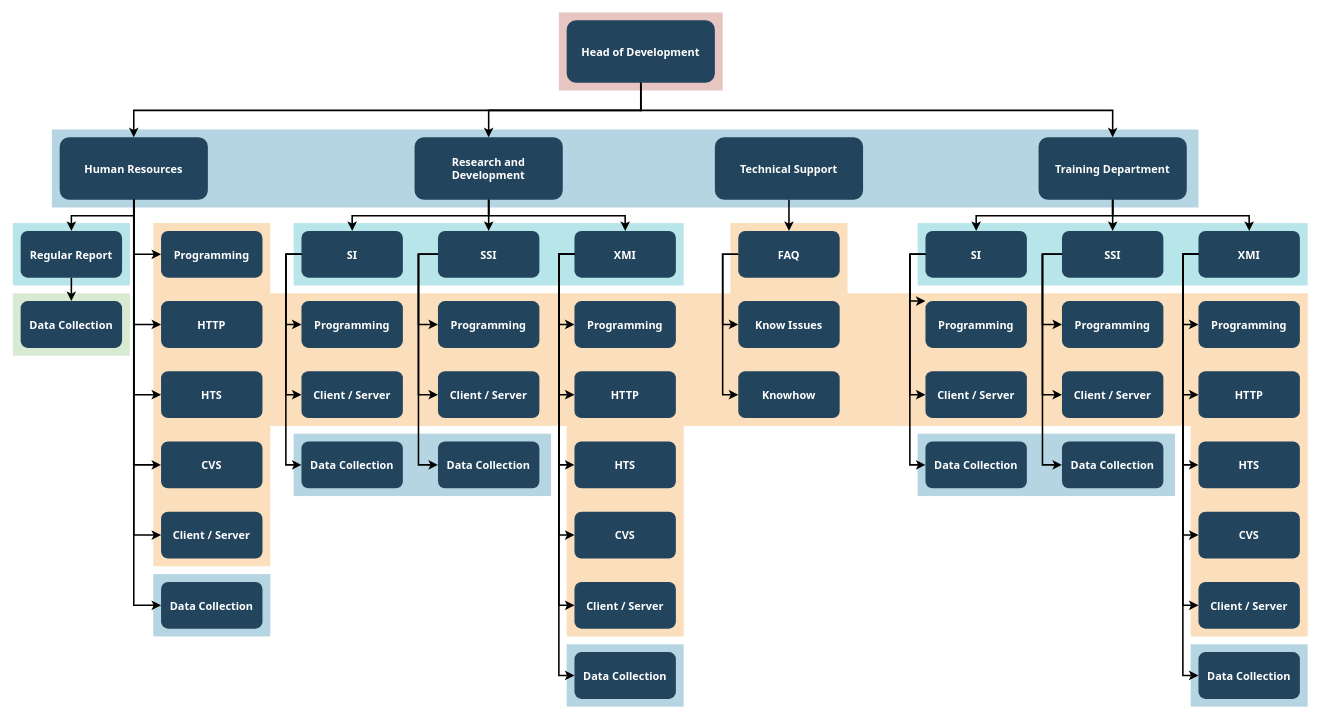
obasekore/drawings keeps this draw.io diagram as Untitled Diagram.drawio. Above is the earlier version. Source tidied: cells renumbered, new cells numbered last; positions are measured from the earlier drawing's top-left corner, leaving out a move shared by most shapes. Both pictures are drawn from the tidied source at 78%, with x=0, y=0 at pixel (12, 12).
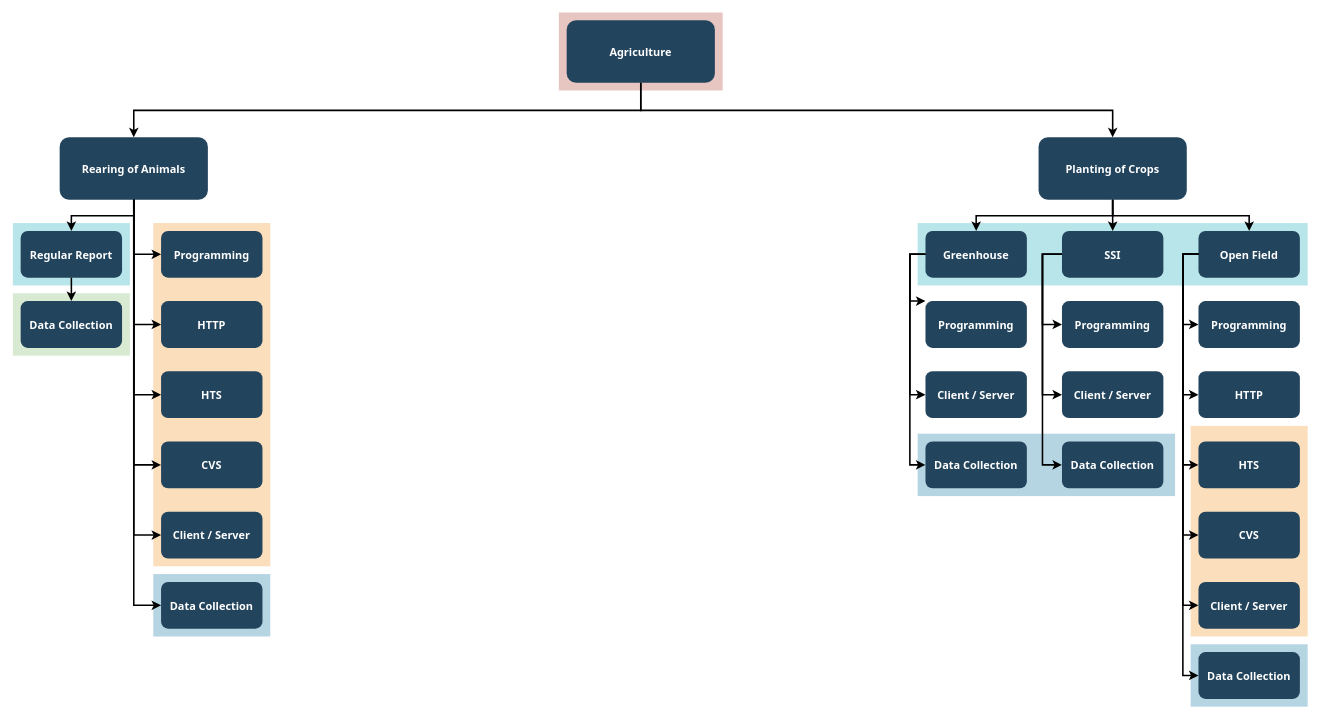
The same page after the edit.

Diff of the diagram source:
```diff
@@
-    <mxCell id="3" style="fillColor=#10739E;strokeColor=none;opacity=30;" parent="1" vertex="1">
-      <mxGeometry x="50" y="149.5" width="1470" height="100" as="geometry" />
-    </mxCell>
@@
-    <mxCell id="5" style="fillColor=#F2931E;strokeColor=none;opacity=30;" parent="1" vertex="1">
-      <mxGeometry x="920" y="269.5" width="150" height="90" as="geometry" />
-    </mxCell>
-    <mxCell id="6" style="fillColor=#F2931E;strokeColor=none;opacity=30;" parent="1" vertex="1">
-      <mxGeometry x="710" y="529.5" width="150" height="270" as="geometry" />
-    </mxCell>
@@
-    <mxCell id="8" style="fillColor=#F2931E;strokeColor=none;opacity=30;" parent="1" vertex="1">
-      <mxGeometry x="330" y="359.5" width="1330" height="170" as="geometry" />
-    </mxCell>
@@
-    <mxCell id="11" style="fillColor=#10739E;strokeColor=none;opacity=30;" parent="1" vertex="1">
-      <mxGeometry x="710" y="809.5" width="150" height="80" as="geometry" />
-    </mxCell>
-    <mxCell id="12" style="fillColor=#10739E;strokeColor=none;opacity=30;" parent="1" vertex="1">
-      <mxGeometry x="360" y="539.5" width="330" height="80" as="geometry" />
-    </mxCell>
@@
-    <mxCell id="16" style="fillColor=#12AAB5;strokeColor=none;opacity=30;" parent="1" vertex="1">
-      <mxGeometry x="360" y="269.5" width="500" height="80" as="geometry" />
-    </mxCell>
@@
-    <mxCell id="18" value="Head of Development" style="rounded=1;fillColor=#23445D;gradientColor=none;strokeColor=none;fontColor=#FFFFFF;fontStyle=1;fontFamily=Tahoma;fontSize=14;" parent="1" vertex="1">
+    <mxCell id="18" value="Agriculture" style="rounded=1;fillColor=#23445D;gradientColor=none;strokeColor=none;fontColor=#FFFFFF;fontStyle=1;fontFamily=Tahoma;fontSize=14;" parent="1" vertex="1">
       <mxGeometry x="710" y="9.5" width="190" height="80" as="geometry" />
     </mxCell>
-    <mxCell id="19" value="Training Department" style="rounded=1;fillColor=#23445D;gradientColor=none;strokeColor=none;fontColor=#FFFFFF;fontStyle=1;fontFamily=Tahoma;fontSize=14;" parent="1" vertex="1">
+    <mxCell id="19" value="Planting of Crops" style="rounded=1;fillColor=#23445D;gradientColor=none;strokeColor=none;fontColor=#FFFFFF;fontStyle=1;fontFamily=Tahoma;fontSize=14;" parent="1" vertex="1">
       <mxGeometry x="1315" y="159.5" width="190" height="80" as="geometry" />
     </mxCell>
@@
-    <mxCell id="21" value="Technical Support" style="rounded=1;fillColor=#23445D;gradientColor=none;strokeColor=none;fontColor=#FFFFFF;fontStyle=1;fontFamily=Tahoma;fontSize=14;" parent="1" vertex="1">
-      <mxGeometry x="900" y="159.5" width="190" height="80" as="geometry" />
-    </mxCell>
-    <mxCell id="22" value="Research and &#10;Development" style="rounded=1;fillColor=#23445D;gradientColor=none;strokeColor=none;fontColor=#FFFFFF;fontStyle=1;fontFamily=Tahoma;fontSize=14;" parent="1" vertex="1">
-      <mxGeometry x="515" y="159.5" width="190" height="80" as="geometry" />
-    </mxCell>
-    <mxCell id="23" value="Human Resources" style="rounded=1;fillColor=#23445D;gradientColor=none;strokeColor=none;fontColor=#FFFFFF;fontStyle=1;fontFamily=Tahoma;fontSize=14;" parent="1" vertex="1">
+    <mxCell id="23" value="Rearing of Animals" style="rounded=1;fillColor=#23445D;gradientColor=none;strokeColor=none;fontColor=#FFFFFF;fontStyle=1;fontFamily=Tahoma;fontSize=14;" parent="1" vertex="1">
       <mxGeometry x="60" y="159.5" width="190" height="80" as="geometry" />
     </mxCell>
@@
-    <mxCell id="32" value="SI" style="rounded=1;fillColor=#23445D;gradientColor=none;strokeColor=none;fontColor=#FFFFFF;fontStyle=1;fontFamily=Tahoma;fontSize=14;" parent="1" vertex="1">
-      <mxGeometry x="370" y="279.5" width="130" height="60" as="geometry" />
-    </mxCell>
-    <mxCell id="33" value="Programming" style="rounded=1;fillColor=#23445D;gradientColor=none;strokeColor=none;fontColor=#FFFFFF;fontStyle=1;fontFamily=Tahoma;fontSize=14;" parent="1" vertex="1">
-      <mxGeometry x="370" y="369.5" width="130" height="60" as="geometry" />
-    </mxCell>
-    <mxCell id="34" value="Client / Server" style="rounded=1;fillColor=#23445D;gradientColor=none;strokeColor=none;fontColor=#FFFFFF;fontStyle=1;fontFamily=Tahoma;fontSize=14;" parent="1" vertex="1">
-      <mxGeometry x="370" y="459.5" width="130" height="60" as="geometry" />
-    </mxCell>
-    <mxCell id="35" value="Data Collection" style="rounded=1;fillColor=#23445D;gradientColor=none;strokeColor=none;fontColor=#FFFFFF;fontStyle=1;fontFamily=Tahoma;fontSize=14;" parent="1" vertex="1">
-      <mxGeometry x="370" y="549.5" width="130" height="60" as="geometry" />
-    </mxCell>
-    <mxCell id="36" value="SSI" style="rounded=1;fillColor=#23445D;gradientColor=none;strokeColor=none;fontColor=#FFFFFF;fontStyle=1;fontFamily=Tahoma;fontSize=14;" parent="1" vertex="1">
-      <mxGeometry x="545" y="279.5" width="130" height="60" as="geometry" />
-    </mxCell>
-    <mxCell id="37" value="Programming" style="rounded=1;fillColor=#23445D;gradientColor=none;strokeColor=none;fontColor=#FFFFFF;fontStyle=1;fontFamily=Tahoma;fontSize=14;" parent="1" vertex="1">
-      <mxGeometry x="545" y="369.5" width="130" height="60" as="geometry" />
-    </mxCell>
-    <mxCell id="38" value="Client / Server" style="rounded=1;fillColor=#23445D;gradientColor=none;strokeColor=none;fontColor=#FFFFFF;fontStyle=1;fontFamily=Tahoma;fontSize=14;" parent="1" vertex="1">
-      <mxGeometry x="545" y="459.5" width="130" height="60" as="geometry" />
-    </mxCell>
-    <mxCell id="39" value="Data Collection" style="rounded=1;fillColor=#23445D;gradientColor=none;strokeColor=none;fontColor=#FFFFFF;fontStyle=1;fontFamily=Tahoma;fontSize=14;" parent="1" vertex="1">
-      <mxGeometry x="545" y="549.5" width="130" height="60" as="geometry" />
-    </mxCell>
-    <mxCell id="40" value="XMI" style="rounded=1;fillColor=#23445D;gradientColor=none;strokeColor=none;fontColor=#FFFFFF;fontStyle=1;fontFamily=Tahoma;fontSize=14;" parent="1" vertex="1">
-      <mxGeometry x="720" y="279.5" width="130" height="60" as="geometry" />
-    </mxCell>
-    <mxCell id="41" value="Programming" style="rounded=1;fillColor=#23445D;gradientColor=none;strokeColor=none;fontColor=#FFFFFF;fontStyle=1;fontFamily=Tahoma;fontSize=14;" parent="1" vertex="1">
-      <mxGeometry x="720" y="369.5" width="130" height="60" as="geometry" />
-    </mxCell>
-    <mxCell id="42" value="HTTP" style="rounded=1;fillColor=#23445D;gradientColor=none;strokeColor=none;fontColor=#FFFFFF;fontStyle=1;fontFamily=Tahoma;fontSize=14;" parent="1" vertex="1">
-      <mxGeometry x="720" y="459.5" width="130" height="60" as="geometry" />
-    </mxCell>
-    <mxCell id="43" value="HTS" style="rounded=1;fillColor=#23445D;gradientColor=none;strokeColor=none;fontColor=#FFFFFF;fontStyle=1;fontFamily=Tahoma;fontSize=14;" parent="1" vertex="1">
-      <mxGeometry x="720" y="549.5" width="130" height="60" as="geometry" />
-    </mxCell>
-    <mxCell id="44" value="CVS" style="rounded=1;fillColor=#23445D;gradientColor=none;strokeColor=none;fontColor=#FFFFFF;fontStyle=1;fontFamily=Tahoma;fontSize=14;" parent="1" vertex="1">
-      <mxGeometry x="720" y="639.5" width="130" height="60" as="geometry" />
-    </mxCell>
-    <mxCell id="45" value="Client / Server" style="rounded=1;fillColor=#23445D;gradientColor=none;strokeColor=none;fontColor=#FFFFFF;fontStyle=1;fontFamily=Tahoma;fontSize=14;" parent="1" vertex="1">
-      <mxGeometry x="720" y="729.5" width="130" height="60" as="geometry" />
-    </mxCell>
-    <mxCell id="46" value="Data Collection" style="rounded=1;fillColor=#23445D;gradientColor=none;strokeColor=none;fontColor=#FFFFFF;fontStyle=1;fontFamily=Tahoma;fontSize=14;" parent="1" vertex="1">
-      <mxGeometry x="720" y="819.5" width="130" height="60" as="geometry" />
-    </mxCell>
-    <mxCell id="47" value="FAQ" style="rounded=1;fillColor=#23445D;gradientColor=none;strokeColor=none;fontColor=#FFFFFF;fontStyle=1;fontFamily=Tahoma;fontSize=14;" parent="1" vertex="1">
-      <mxGeometry x="930" y="279.5" width="130" height="60" as="geometry" />
-    </mxCell>
-    <mxCell id="48" value="Know Issues" style="rounded=1;fillColor=#23445D;gradientColor=none;strokeColor=none;fontColor=#FFFFFF;fontStyle=1;fontFamily=Tahoma;fontSize=14;" parent="1" vertex="1">
-      <mxGeometry x="930" y="369.5" width="130" height="60" as="geometry" />
-    </mxCell>
-    <mxCell id="49" value="Knowhow" style="rounded=1;fillColor=#23445D;gradientColor=none;strokeColor=none;fontColor=#FFFFFF;fontStyle=1;fontFamily=Tahoma;fontSize=14;" parent="1" vertex="1">
-      <mxGeometry x="930" y="459.5" width="130" height="60" as="geometry" />
-    </mxCell>
-    <mxCell id="50" value="SI" style="rounded=1;fillColor=#23445D;gradientColor=none;strokeColor=none;fontColor=#FFFFFF;fontStyle=1;fontFamily=Tahoma;fontSize=14;" parent="1" vertex="1">
+    <mxCell id="50" value="Greenhouse" style="rounded=1;fillColor=#23445D;gradientColor=none;strokeColor=none;fontColor=#FFFFFF;fontStyle=1;fontFamily=Tahoma;fontSize=14;" parent="1" vertex="1">
       <mxGeometry x="1170" y="279.5" width="130" height="60" as="geometry" />
     </mxCell>
@@
-    <mxCell id="58" value="XMI" style="rounded=1;fillColor=#23445D;gradientColor=none;strokeColor=none;fontColor=#FFFFFF;fontStyle=1;fontFamily=Tahoma;fontSize=14;" parent="1" vertex="1">
+    <mxCell id="58" value="Open Field" style="rounded=1;fillColor=#23445D;gradientColor=none;strokeColor=none;fontColor=#FFFFFF;fontStyle=1;fontFamily=Tahoma;fontSize=14;" parent="1" vertex="1">
       <mxGeometry x="1520" y="279.5" width="130" height="60" as="geometry" />
     </mxCell>
@@
-    <mxCell id="65" style="edgeStyle=elbowEdgeStyle;elbow=vertical;strokeWidth=2;rounded=0;" parent="1" edge="1" source="18" target="22">
-      <mxGeometry x="347" y="225.5" as="geometry" />
-    </mxCell>
@@
-    <mxCell id="74" style="edgeStyle=elbowEdgeStyle;elbow=horizontal;strokeWidth=2;rounded=0;" parent="1" edge="1" source="32" target="33">
-      <mxGeometry x="-23" y="135.5" as="geometry">
-        <Array as="points">
-          <mxPoint x="350" y="359.5" />
-        </Array>
-      </mxGeometry>
-    </mxCell>
-    <mxCell id="75" style="edgeStyle=elbowEdgeStyle;elbow=horizontal;strokeWidth=2;rounded=0;" parent="1" edge="1" source="32" target="34">
-      <mxGeometry x="-23" y="135.5" as="geometry">
-        <Array as="points">
-          <mxPoint x="350" y="399.5" />
-        </Array>
-      </mxGeometry>
-    </mxCell>
-    <mxCell id="76" style="edgeStyle=elbowEdgeStyle;elbow=horizontal;strokeWidth=2;rounded=0;" parent="1" edge="1" source="32" target="35">
-      <mxGeometry x="-23" y="135.5" as="geometry">
-        <Array as="points">
-          <mxPoint x="350" y="439.5" />
-        </Array>
-      </mxGeometry>
-    </mxCell>
-    <mxCell id="77" style="edgeStyle=elbowEdgeStyle;elbow=horizontal;strokeWidth=2;rounded=0;" parent="1" edge="1" source="36" target="37">
-      <mxGeometry x="-23" y="135.5" as="geometry">
-        <Array as="points">
-          <mxPoint x="520" y="359.5" />
-        </Array>
-      </mxGeometry>
-    </mxCell>
-    <mxCell id="78" style="edgeStyle=elbowEdgeStyle;elbow=horizontal;strokeWidth=2;rounded=0;" parent="1" edge="1" source="36" target="38">
-      <mxGeometry x="-23" y="135.5" as="geometry">
-        <Array as="points">
-          <mxPoint x="520" y="399.5" />
-        </Array>
-      </mxGeometry>
-    </mxCell>
-    <mxCell id="79" style="edgeStyle=elbowEdgeStyle;elbow=horizontal;strokeWidth=2;rounded=0;" parent="1" edge="1" source="36" target="39">
-      <mxGeometry x="-23" y="135.5" as="geometry">
-        <Array as="points">
-          <mxPoint x="520" y="439.5" />
-        </Array>
-      </mxGeometry>
-    </mxCell>
-    <mxCell id="80" style="edgeStyle=elbowEdgeStyle;elbow=horizontal;strokeWidth=2;rounded=0;" parent="1" edge="1" source="40" target="41">
-      <mxGeometry x="-23" y="135.5" as="geometry">
-        <Array as="points">
-          <mxPoint x="700" y="359.5" />
-        </Array>
-      </mxGeometry>
-    </mxCell>
-    <mxCell id="81" style="edgeStyle=elbowEdgeStyle;elbow=horizontal;strokeWidth=2;rounded=0;" parent="1" edge="1" source="40" target="42">
-      <mxGeometry x="-23" y="135.5" as="geometry">
-        <Array as="points">
-          <mxPoint x="700" y="399.5" />
-        </Array>
-      </mxGeometry>
-    </mxCell>
-    <mxCell id="82" style="edgeStyle=elbowEdgeStyle;elbow=horizontal;strokeWidth=2;rounded=0;" parent="1" edge="1" source="40" target="43">
-      <mxGeometry x="-23" y="135.5" as="geometry">
-        <Array as="points">
-          <mxPoint x="700" y="449.5" />
-        </Array>
-      </mxGeometry>
-    </mxCell>
-    <mxCell id="83" style="edgeStyle=elbowEdgeStyle;elbow=horizontal;strokeWidth=2;rounded=0;" parent="1" edge="1" source="40" target="44">
-      <mxGeometry x="-23" y="135.5" as="geometry">
-        <Array as="points">
-          <mxPoint x="700" y="489.5" />
-        </Array>
-      </mxGeometry>
-    </mxCell>
-    <mxCell id="84" style="edgeStyle=elbowEdgeStyle;elbow=horizontal;strokeWidth=2;rounded=0;" parent="1" edge="1" source="40" target="45">
-      <mxGeometry x="-23" y="135.5" as="geometry">
-        <Array as="points">
-          <mxPoint x="700" y="529.5" />
-        </Array>
-      </mxGeometry>
-    </mxCell>
-    <mxCell id="85" style="edgeStyle=elbowEdgeStyle;elbow=horizontal;strokeWidth=2;rounded=0;" parent="1" edge="1" source="40" target="46">
-      <mxGeometry x="-23" y="135.5" as="geometry">
-        <Array as="points">
-          <mxPoint x="700" y="579.5" />
-        </Array>
-      </mxGeometry>
-    </mxCell>
-    <mxCell id="86" style="edgeStyle=elbowEdgeStyle;elbow=horizontal;strokeWidth=2;rounded=0;" parent="1" edge="1" source="47" target="48">
-      <mxGeometry x="-23" y="135.5" as="geometry">
-        <Array as="points">
-          <mxPoint x="910" y="359.5" />
-        </Array>
-      </mxGeometry>
-    </mxCell>
-    <mxCell id="87" style="edgeStyle=elbowEdgeStyle;elbow=horizontal;strokeWidth=2;rounded=0;" parent="1" edge="1" source="47" target="49">
-      <mxGeometry x="-23" y="135.5" as="geometry">
-        <Array as="points">
-          <mxPoint x="910" y="409.5" />
-        </Array>
-      </mxGeometry>
-    </mxCell>
@@
-    <mxCell id="100" style="edgeStyle=elbowEdgeStyle;elbow=vertical;strokeWidth=2;rounded=0;" parent="1" edge="1" source="22" target="32">
-      <mxGeometry x="-23" y="135.5" as="geometry" />
-    </mxCell>
-    <mxCell id="101" style="edgeStyle=elbowEdgeStyle;elbow=vertical;strokeWidth=2;rounded=0;" parent="1" edge="1" source="22" target="36">
-      <mxGeometry x="-23" y="135.5" as="geometry" />
-    </mxCell>
-    <mxCell id="102" style="edgeStyle=elbowEdgeStyle;elbow=vertical;strokeWidth=2;rounded=0;" parent="1" edge="1" source="22" target="40">
-      <mxGeometry x="-23" y="135.5" as="geometry" />
-    </mxCell>
-    <mxCell id="103" style="edgeStyle=elbowEdgeStyle;elbow=vertical;strokeWidth=2;rounded=0;" parent="1" edge="1" source="21" target="47">
-      <mxGeometry x="-23" y="135.5" as="geometry" />
-    </mxCell>
```
